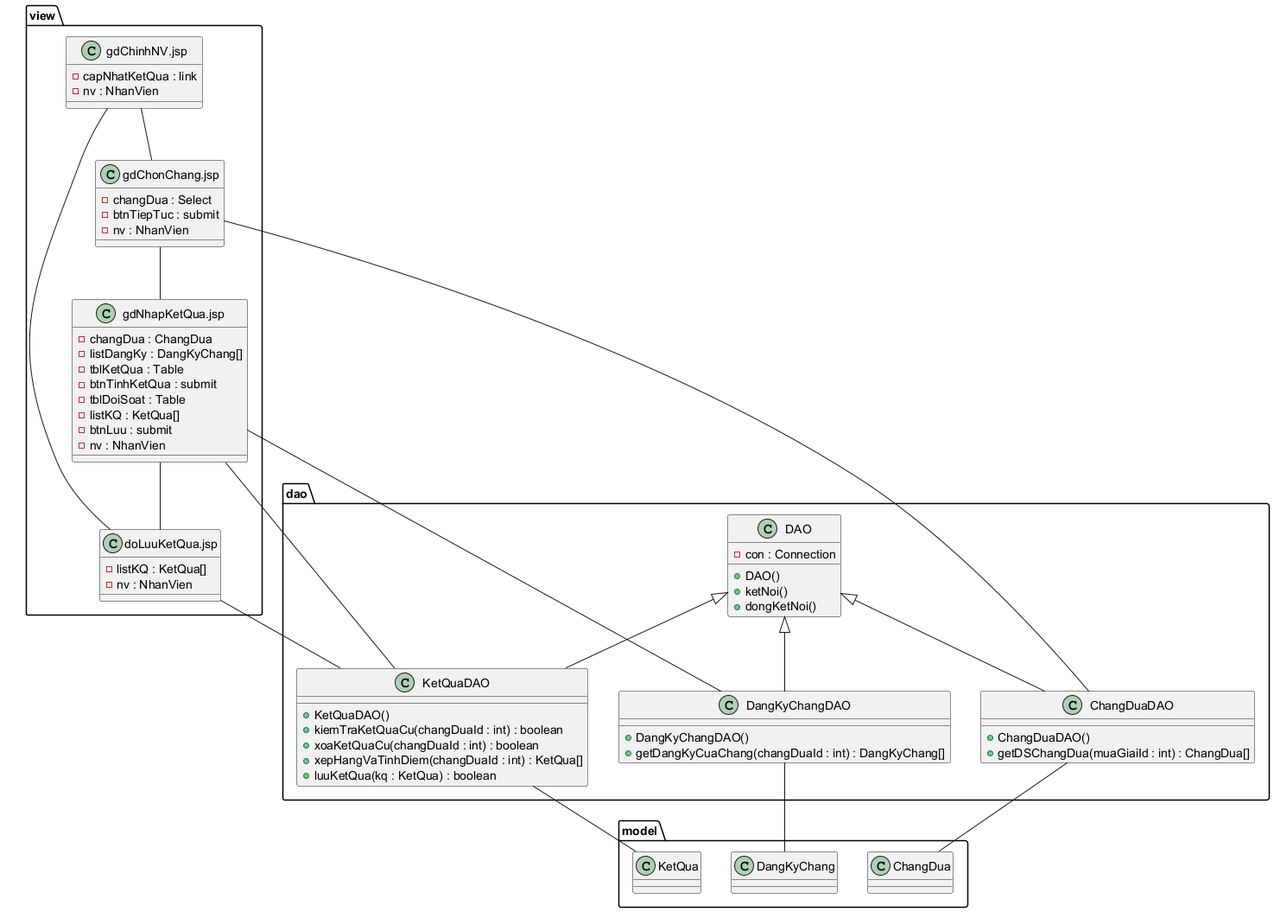
Before: Module 3 - Kiet/hinh/ref/5-bieu-do-lop-thiet-ke-view-dao-model.png, a diagram exported from PlantUML (7gho/CNPM-He2026). Its diagram source:
```plantuml
@startuml
package view {
  class "gdChinhNV.jsp" as gdChinhNV {
    -capNhatKetQua : link
    -nv : NhanVien
  }
  class "gdChonChang.jsp" as gdChonChang {
    -changDua : Select
    -btnTiepTuc : submit
    -nv : NhanVien
  }
  class "gdNhapKetQua.jsp" as gdNhapKetQua {
    -changDua : ChangDua
    -listDangKy : DangKyChang[]
    -tblKetQua : Table
    -btnTinhKetQua : submit
    -tblDoiSoat : Table
    -listKQ : KetQua[]
    -btnLuu : submit
    -nv : NhanVien
  }
  class "doLuuKetQua.jsp" as doLuuKetQua {
    -listKQ : KetQua[]
    -nv : NhanVien
  }
}

package dao {
  class DAO {
    -con : Connection
    +DAO()
    +ketNoi()
    +dongKetNoi()
  }
  class ChangDuaDAO {
    +ChangDuaDAO()
    +getDSChangDua(muaGiaiId : int) : ChangDua[]
  }
  class DangKyChangDAO {
    +DangKyChangDAO()
    +getDangKyCuaChang(changDuaId : int) : DangKyChang[]
  }
  class KetQuaDAO {
    +KetQuaDAO()
    +kiemTraKetQuaCu(changDuaId : int) : boolean
    +xoaKetQuaCu(changDuaId : int) : boolean
    +xepHangVaTinhDiem(changDuaId : int) : KetQua[]
    +luuKetQua(kq : KetQua) : boolean
  }
}

package model {
  class ChangDua
  class DangKyChang
  class KetQua
}

DAO <|-- ChangDuaDAO
DAO <|-- DangKyChangDAO
DAO <|-- KetQuaDAO

gdChinhNV -- gdChonChang
gdChonChang -- gdNhapKetQua
gdNhapKetQua -- doLuuKetQua
doLuuKetQua -- gdChinhNV

gdChonChang -- ChangDuaDAO
gdNhapKetQua -- DangKyChangDAO
gdNhapKetQua -- KetQuaDAO
doLuuKetQua -- KetQuaDAO

ChangDuaDAO -- ChangDua
DangKyChangDAO -- DangKyChang
KetQuaDAO -- KetQua
@enduml
```
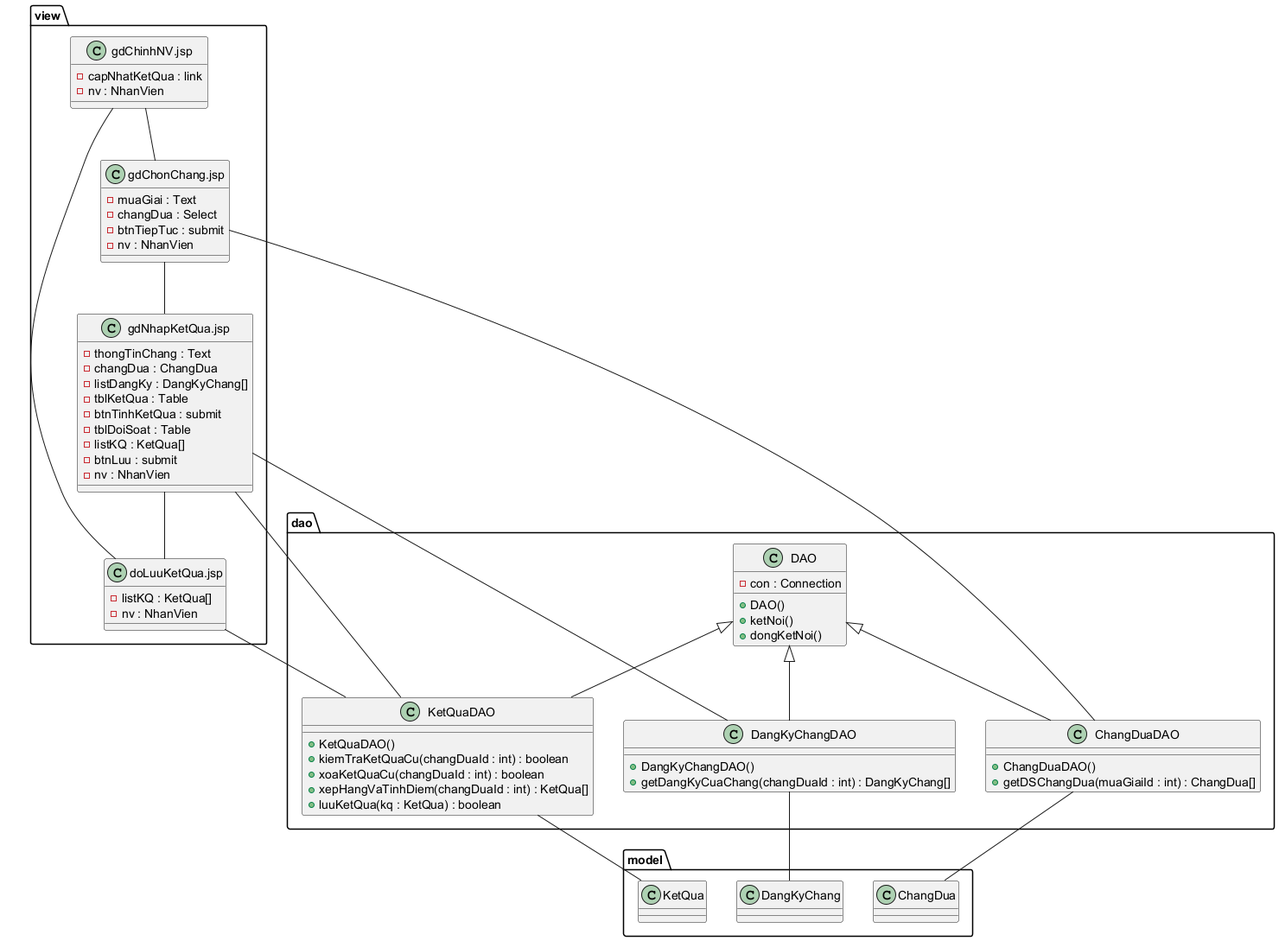
After the commit.

The edit, as a diff of the source:
```diff
@@ -5,11 +5,13 @@
     -nv : NhanVien
   }
   class "gdChonChang.jsp" as gdChonChang {
+    -muaGiai : Text
     -changDua : Select
     -btnTiepTuc : submit
     -nv : NhanVien
   }
   class "gdNhapKetQua.jsp" as gdNhapKetQua {
+    -thongTinChang : Text
     -changDua : ChangDua
     -listDangKy : DangKyChang[]
     -tblKetQua : Table
```
